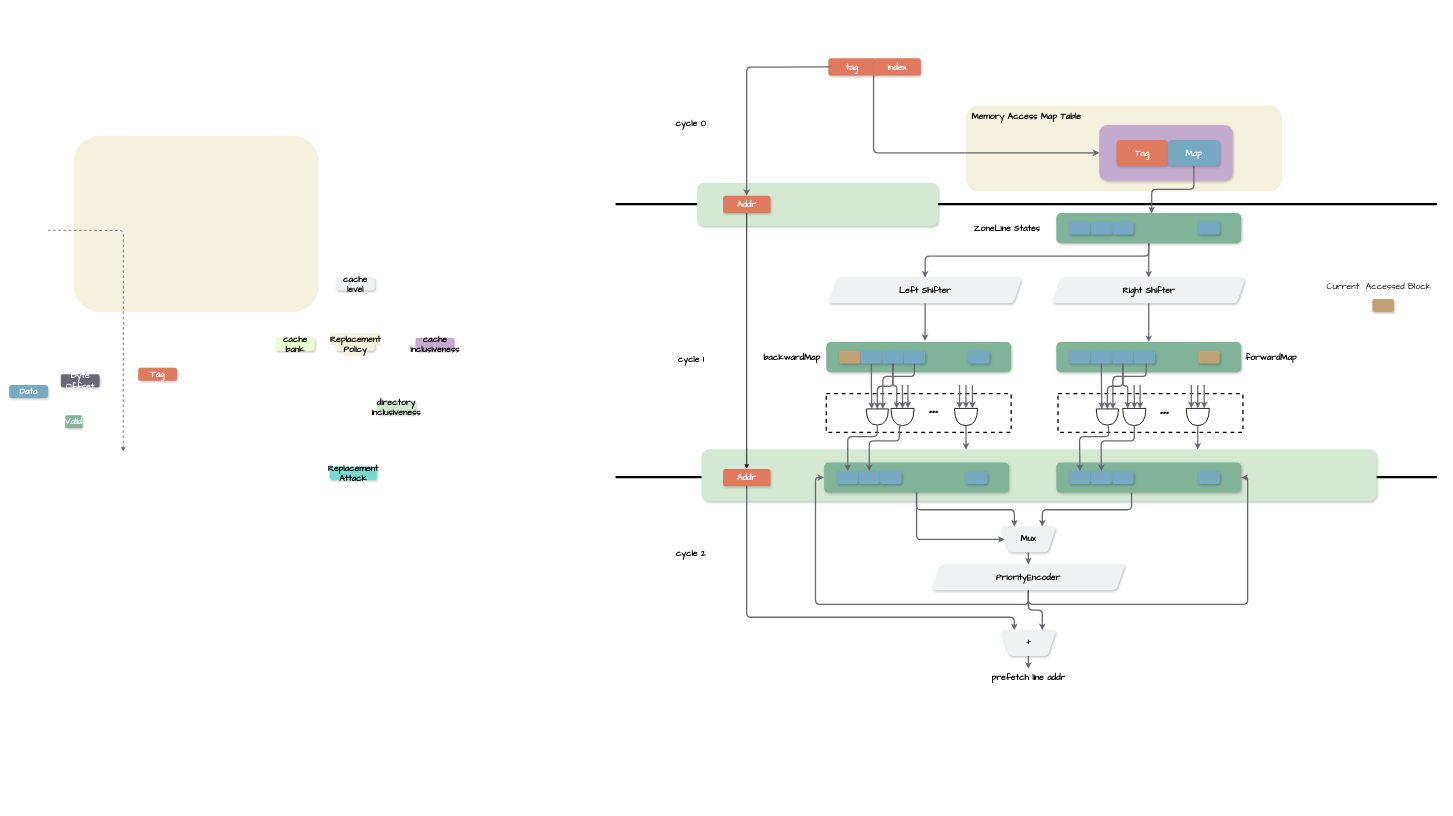
miaochenlu/Draw keeps this draw.io diagram as ampm.drawio. Above is the earlier version. Source tidied: cells renumbered, new cells numbered last; positions are measured from the earlier drawing's top-left corner, leaving out a move shared by most shapes. Both pictures are drawn from the tidied source at 43%, with x=0, y=0 at pixel (9, 58).
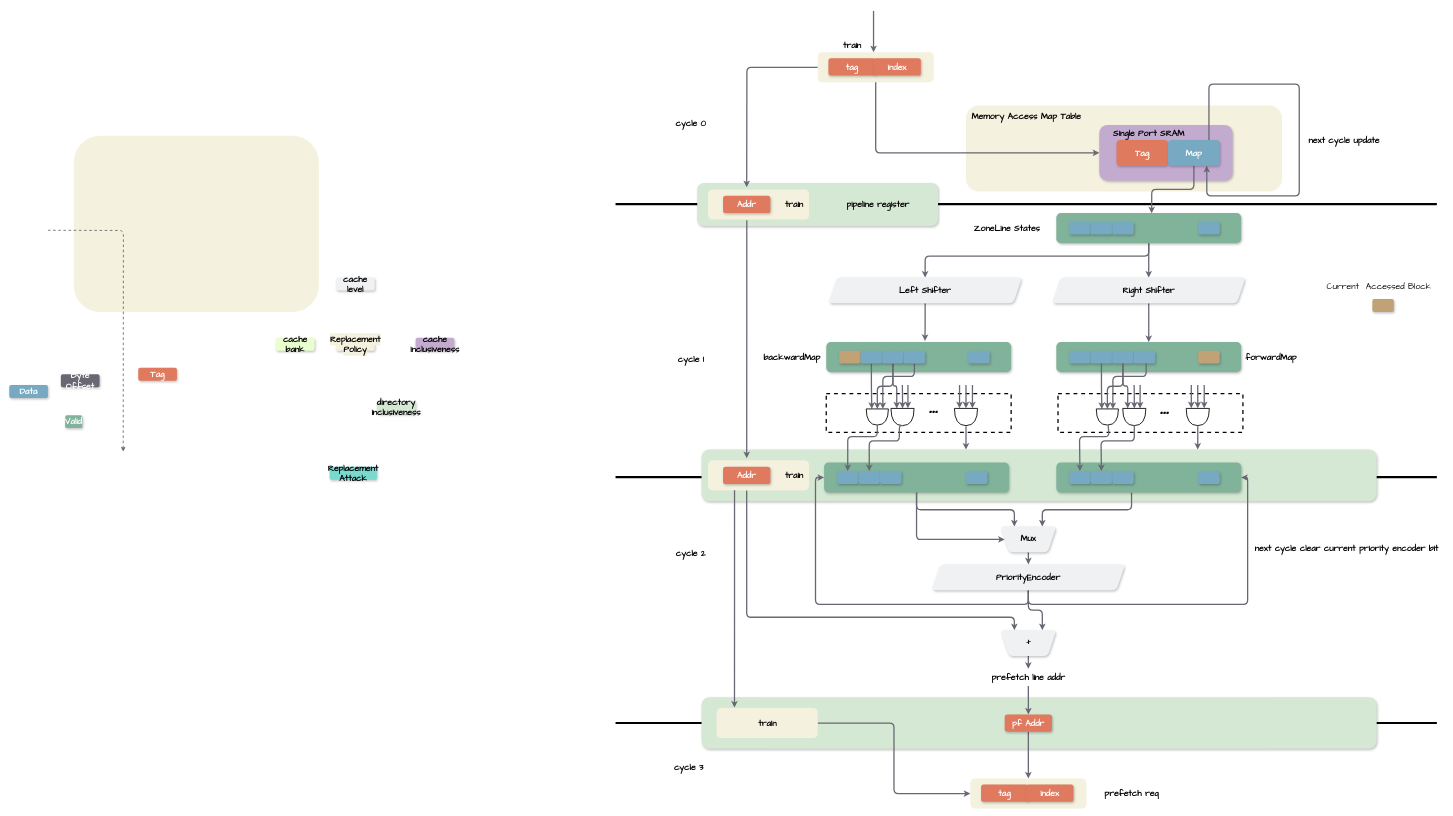
Above is the later version.

Unchanged cells that the change refers to:
```xml
<mxCell id="11" value="index" style="rounded=1;whiteSpace=wrap;html=1;fontFamily=Comic Sans MS;strokeWidth=2;fillColor=#e07a5f;strokeColor=none;fontColor=#FFFFFF;shadow=1;glass=0;comic=0;gradientColor=none;fontStyle=1;fontSize=20;" parent="1" vertex="1">
  <mxGeometry x="2010" width="110" height="40" as="geometry" />
</mxCell>
<mxCell id="12" style="rounded=1;whiteSpace=wrap;html=1;fontFamily=Comic Sans MS;strokeWidth=2;fontSize=20;fillColor=#C3ABD0;strokeColor=none;fontColor=default;shadow=1;glass=0;comic=0;gradientColor=none;fontStyle=1;" parent="1" vertex="1">
  <mxGeometry x="2535" y="155" width="310" height="130" as="geometry" />
</mxCell>
<mxCell id="18" value="Map" style="whiteSpace=wrap;html=1;fontFamily=Comic Sans MS;strokeWidth=2;fillColor=#77aac2;strokeColor=none;fontColor=#FFFFFF;rounded=1;shadow=1;glass=0;comic=0;gradientColor=none;fontStyle=1;fontSize=20;" parent="1" vertex="1">
  <mxGeometry x="2695" y="190" width="120" height="60" as="geometry" />
</mxCell>
<mxCell id="48" value="&lt;font color=&quot;#000000&quot; style=&quot;font-size: 20px;&quot;&gt;+&lt;/font&gt;" style="shape=trapezoid;perimeter=trapezoidPerimeter;whiteSpace=wrap;html=1;fixedSize=1;rotation=-180;fontSize=20;strokeWidth=2;fontFamily=Comic Sans MS;fillColor=#eff1f3;strokeColor=none;fontColor=#FFFFFF;rounded=1;shadow=1;glass=0;comic=0;gradientColor=none;fontStyle=1;" parent="1" vertex="1">
  <mxGeometry x="2305" y="1330" width="130" height="60" as="geometry" />
</mxCell>
<mxCell id="76" value="Addr" style="rounded=1;whiteSpace=wrap;html=1;fontFamily=Comic Sans MS;strokeWidth=2;fillColor=#e07a5f;strokeColor=none;fontColor=#FFFFFF;shadow=1;glass=0;comic=0;gradientColor=none;fontStyle=1;fontSize=20;" parent="1" vertex="1">
  <mxGeometry x="1660" y="320" width="110" height="40" as="geometry" />
</mxCell>
<mxCell id="77" value="prefetch line addr" style="text;html=1;align=center;verticalAlign=middle;points=[];strokeColor=none;fillColor=none;fontSize=20;fontFamily=Comic Sans MS;fontStyle=1;" parent="1" vertex="1">
  <mxGeometry x="2270" y="1420" width="200" height="40" as="geometry" />
</mxCell>
```

What changed in the source:
```diff
@@
+    <mxCell id="120" style="endArrow=none;html=1;rounded=0;strokeWidth=5;fontSize=20;fontFamily=Comic Sans MS;fontStyle=1;" parent="1" edge="1">
+      <mxGeometry relative="1" as="geometry">
+        <mxPoint x="1410" y="1546" as="sourcePoint" />
+        <mxPoint x="3320" y="1546" as="targetPoint" />
+      </mxGeometry>
+    </mxCell>
+    <mxCell id="121" style="rounded=1;whiteSpace=wrap;html=1;strokeWidth=2;fontSize=20;fillColor=#D5E8D4;strokeColor=none;fontFamily=Comic Sans MS;shadow=1;glass=0;comic=0;gradientColor=none;fontStyle=1;" parent="1" vertex="1">
+      <mxGeometry x="1610" y="1486" width="1570" height="120" as="geometry" />
+    </mxCell>
+    <mxCell id="122" style="edgeStyle=orthogonalEdgeStyle;rounded=1;jettySize=auto;html=1;entryX=0;entryY=0.5;entryDx=0;entryDy=0;fontSize=20;fontFamily=Comic Sans MS;strokeColor=#696773;strokeWidth=3;fontStyle=1;" parent="1" edge="1" source="123" target="133">
+      <mxGeometry relative="1" as="geometry" />
+    </mxCell>
+    <mxCell id="123" style="whiteSpace=wrap;html=1;fontFamily=Comic Sans MS;strokeWidth=2;fillColor=#f4f1de;strokeColor=none;fontColor=#FFFFFF;rounded=1;shadow=0;glass=0;comic=0;gradientColor=none;fontSize=20;fontStyle=1;" parent="1" vertex="1">
+      <mxGeometry x="1645" y="1511" width="235" height="70" as="geometry" />
+    </mxCell>
+    <mxCell id="4" style="endArrow=none;html=1;rounded=0;strokeWidth=5;fontSize=20;fontFamily=Comic Sans MS;fontStyle=1;" parent="1" edge="1">
+      <mxGeometry relative="1" as="geometry">
+        <mxPoint x="1410" y="339.2" as="sourcePoint" />
+        <mxPoint x="3320" y="339.2" as="targetPoint" />
+      </mxGeometry>
+    </mxCell>
+    <mxCell id="6" style="rounded=1;whiteSpace=wrap;html=1;strokeWidth=2;fontSize=20;fillColor=#D5E8D4;strokeColor=none;fontFamily=Comic Sans MS;shadow=1;glass=0;comic=0;gradientColor=none;fontStyle=1;" parent="1" vertex="1">
+      <mxGeometry x="1600" y="290" width="560" height="100" as="geometry" />
+    </mxCell>
+    <mxCell id="124" style="whiteSpace=wrap;html=1;fontFamily=Comic Sans MS;strokeWidth=2;fillColor=#f4f1de;strokeColor=none;fontColor=#FFFFFF;rounded=1;shadow=0;glass=0;comic=0;gradientColor=none;fontSize=20;fontStyle=1;" parent="1" vertex="1">
+      <mxGeometry x="1625" y="305" width="235" height="70" as="geometry" />
+    </mxCell>
+    <mxCell id="125" style="whiteSpace=wrap;html=1;fontFamily=Comic Sans MS;strokeWidth=2;fillColor=#f4f1de;strokeColor=none;fontColor=#FFFFFF;rounded=1;shadow=0;glass=0;comic=0;gradientColor=none;fontSize=20;fontStyle=1;" parent="1" vertex="1">
+      <mxGeometry x="1880" y="-14" width="270" height="70" as="geometry" />
+    </mxCell>
@@
-    <mxCell id="4" style="endArrow=none;html=1;rounded=0;strokeWidth=5;fontSize=20;fontFamily=Comic Sans MS;fontStyle=1;" parent="1" edge="1">
-      <mxGeometry relative="1" as="geometry">
-        <mxPoint x="1410" y="339.2" as="sourcePoint" />
-        <mxPoint x="3320" y="339.2" as="targetPoint" />
-      </mxGeometry>
-    </mxCell>
@@
-    <mxCell id="6" style="rounded=1;whiteSpace=wrap;html=1;strokeWidth=2;fontSize=20;fillColor=#D5E8D4;strokeColor=none;fontFamily=Comic Sans MS;shadow=1;glass=0;comic=0;gradientColor=none;fontStyle=1;" parent="1" vertex="1">
-      <mxGeometry x="1600" y="290" width="560" height="100" as="geometry" />
-    </mxCell>
@@
-    <mxCell id="9" style="edgeStyle=orthogonalEdgeStyle;rounded=1;jettySize=auto;html=1;exitX=0;exitY=1;exitDx=0;exitDy=0;entryX=0;entryY=0.5;entryDx=0;entryDy=0;fontFamily=Comic Sans MS;strokeWidth=3;fontSize=20;strokeColor=#696773;fontStyle=1;" parent="1" edge="1" source="11" target="12">
+    <mxCell id="9" style="edgeStyle=orthogonalEdgeStyle;rounded=1;jettySize=auto;html=1;exitX=0.5;exitY=1;exitDx=0;exitDy=0;entryX=0;entryY=0.5;entryDx=0;entryDy=0;fontFamily=Comic Sans MS;strokeWidth=3;fontSize=20;strokeColor=#696773;fontStyle=1;" parent="1" edge="1" source="125" target="12">
       <mxGeometry relative="1" as="geometry" />
     </mxCell>
-    <mxCell id="10" style="edgeStyle=orthogonalEdgeStyle;rounded=1;jettySize=auto;html=1;entryX=0.5;entryY=0;entryDx=0;entryDy=0;strokeWidth=3;fontSize=20;strokeColor=#696773;fontFamily=Comic Sans MS;fontStyle=1;" parent="1" edge="1" target="76">
+    <mxCell id="10" style="edgeStyle=orthogonalEdgeStyle;rounded=1;jettySize=auto;html=1;strokeWidth=3;fontSize=20;strokeColor=#696773;fontFamily=Comic Sans MS;fontStyle=1;exitX=0;exitY=0.5;exitDx=0;exitDy=0;" parent="1" edge="1" source="125">
       <mxGeometry relative="1" as="geometry">
-        <mxPoint x="1910" y="20" as="sourcePoint" />
+        <mxPoint x="1715" y="300" as="targetPoint" />
       </mxGeometry>
     </mxCell>
@@
+    <mxCell id="126" style="edgeStyle=orthogonalEdgeStyle;rounded=1;jettySize=auto;html=1;exitX=0.75;exitY=1;exitDx=0;exitDy=0;entryX=0.95;entryY=1.325;entryDx=0;entryDy=0;entryPerimeter=0;fontSize=20;fontFamily=Comic Sans MS;strokeColor=#696773;strokeWidth=3;fontStyle=1;startArrow=classic;startFill=1;" parent="1" edge="1" source="18" target="139">
+      <mxGeometry relative="1" as="geometry">
+        <Array as="points">
+          <mxPoint x="2785" y="320" />
+          <mxPoint x="3000" y="320" />
+          <mxPoint x="3000" y="60" />
+          <mxPoint x="2790" y="60" />
+        </Array>
+      </mxGeometry>
+    </mxCell>
@@
-    <mxCell id="67" style="edgeStyle=orthogonalEdgeStyle;rounded=1;jettySize=auto;html=1;entryX=0.75;entryY=1;entryDx=0;entryDy=0;strokeWidth=3;fontSize=20;strokeColor=#696773;fontFamily=Comic Sans MS;fontStyle=1;" parent="1" edge="1" source="68" target="48">
+    <mxCell id="67" style="edgeStyle=orthogonalEdgeStyle;rounded=1;jettySize=auto;html=1;entryX=0.75;entryY=1;entryDx=0;entryDy=0;strokeWidth=3;fontSize=20;strokeColor=#696773;fontFamily=Comic Sans MS;fontStyle=1;" parent="1" edge="1" target="48">
       <mxGeometry relative="1" as="geometry">
+        <mxPoint x="1715" y="995" as="sourcePoint" />
         <Array as="points">
           <mxPoint x="1715" y="1300" />
           <mxPoint x="2338" y="1300" />
         </Array>
       </mxGeometry>
     </mxCell>
-    <mxCell id="68" value="Addr" style="rounded=1;whiteSpace=wrap;html=1;fontFamily=Comic Sans MS;strokeWidth=2;fillColor=#e07a5f;strokeColor=none;fontColor=#FFFFFF;shadow=1;glass=0;comic=0;gradientColor=none;fontStyle=1;fontSize=20;" parent="1" vertex="1">
-      <mxGeometry x="1660" y="955" width="110" height="40" as="geometry" />
-    </mxCell>
@@
-    <mxCell id="75" style="edgeStyle=orthogonalEdgeStyle;rounded=0;jettySize=auto;html=1;strokeWidth=2;fontSize=20;fontFamily=Comic Sans MS;fontStyle=1;" parent="1" edge="1" source="76" target="68">
-      <mxGeometry relative="1" as="geometry" />
+    <mxCell id="75" style="edgeStyle=orthogonalEdgeStyle;rounded=1;jettySize=auto;html=1;strokeWidth=3;fontSize=20;fontFamily=Comic Sans MS;fontStyle=1;exitX=0.384;exitY=1.026;exitDx=0;exitDy=0;exitPerimeter=0;strokeColor=#696773;" parent="1" edge="1" source="124">
+      <mxGeometry relative="1" as="geometry">
+        <mxPoint x="1715" y="930" as="targetPoint" />
+      </mxGeometry>
     </mxCell>
@@
+    <mxCell id="127" value="train" style="text;html=1;align=center;verticalAlign=middle;strokeColor=none;fillColor=none;fontSize=20;fontFamily=Comic Sans MS;fontStyle=1;" parent="1" vertex="1">
+      <mxGeometry x="1925" y="-50" width="70" height="40" as="geometry" />
+    </mxCell>
+    <mxCell id="128" value="train" style="text;html=1;align=center;verticalAlign=middle;strokeColor=none;fillColor=none;fontSize=20;fontFamily=Comic Sans MS;fontStyle=1;" parent="1" vertex="1">
+      <mxGeometry x="1790" y="320" width="70" height="40" as="geometry" />
+    </mxCell>
+    <mxCell id="129" style="whiteSpace=wrap;html=1;fontFamily=Comic Sans MS;strokeWidth=2;fillColor=#f4f1de;strokeColor=none;fontColor=#FFFFFF;rounded=1;shadow=0;glass=0;comic=0;gradientColor=none;fontSize=20;fontStyle=1;" parent="1" vertex="1">
+      <mxGeometry x="1625" y="935" width="235" height="70" as="geometry" />
+    </mxCell>
+    <mxCell id="130" style="edgeStyle=orthogonalEdgeStyle;rounded=1;jettySize=auto;html=1;exitX=0.243;exitY=1.361;exitDx=0;exitDy=0;exitPerimeter=0;fontSize=20;fontFamily=Comic Sans MS;strokeColor=#696773;strokeWidth=3;fontStyle=1;entryX=0.177;entryY=-0.014;entryDx=0;entryDy=0;entryPerimeter=0;" parent="1" edge="1" source="68" target="123">
+      <mxGeometry relative="1" as="geometry" />
+    </mxCell>
+    <mxCell id="68" value="Addr" style="rounded=1;whiteSpace=wrap;html=1;fontFamily=Comic Sans MS;strokeWidth=2;fillColor=#e07a5f;strokeColor=none;fontColor=#FFFFFF;shadow=1;glass=0;comic=0;gradientColor=none;fontStyle=1;fontSize=20;" parent="1" vertex="1">
+      <mxGeometry x="1660" y="950" width="110" height="40" as="geometry" />
+    </mxCell>
+    <mxCell id="131" value="train" style="text;html=1;align=center;verticalAlign=middle;strokeColor=none;fillColor=none;fontSize=20;fontFamily=Comic Sans MS;fontStyle=1;" parent="1" vertex="1">
+      <mxGeometry x="1790" y="950" width="70" height="40" as="geometry" />
+    </mxCell>
+    <mxCell id="132" style="edgeStyle=orthogonalEdgeStyle;rounded=1;orthogonalLoop=1;jettySize=auto;html=1;strokeWidth=3;fontSize=20;fontFamily=Comic Sans MS;fontStyle=1;strokeColor=#696773;" parent="1" edge="1">
+      <mxGeometry relative="1" as="geometry">
+        <mxPoint x="2010" y="-110" as="sourcePoint" />
+        <mxPoint x="2010" y="-14" as="targetPoint" />
+      </mxGeometry>
+    </mxCell>
+    <mxCell id="133" style="whiteSpace=wrap;html=1;fontFamily=Comic Sans MS;strokeWidth=2;fillColor=#f4f1de;strokeColor=none;fontColor=#FFFFFF;rounded=1;shadow=0;glass=0;comic=0;gradientColor=none;fontSize=20;fontStyle=1;" parent="1" vertex="1">
+      <mxGeometry x="2235" y="1675" width="270" height="70" as="geometry" />
+    </mxCell>
+    <mxCell id="134" value="tag" style="rounded=1;whiteSpace=wrap;html=1;fontFamily=Comic Sans MS;strokeWidth=2;fillColor=#e07a5f;strokeColor=none;fontColor=#FFFFFF;shadow=1;glass=0;comic=0;gradientColor=none;fontStyle=1;fontSize=20;" parent="1" vertex="1">
+      <mxGeometry x="2260" y="1689" width="110" height="40" as="geometry" />
+    </mxCell>
+    <mxCell id="135" value="index" style="rounded=1;whiteSpace=wrap;html=1;fontFamily=Comic Sans MS;strokeWidth=2;fillColor=#e07a5f;strokeColor=none;fontColor=#FFFFFF;shadow=1;glass=0;comic=0;gradientColor=none;fontStyle=1;fontSize=20;" parent="1" vertex="1">
+      <mxGeometry x="2365" y="1689" width="110" height="40" as="geometry" />
+    </mxCell>
+    <mxCell id="136" style="edgeStyle=orthogonalEdgeStyle;rounded=1;jettySize=auto;html=1;strokeWidth=3;fontSize=20;fontFamily=Comic Sans MS;fontStyle=1;strokeColor=#696773;entryX=0.5;entryY=0;entryDx=0;entryDy=0;" parent="1" edge="1" source="77" target="145">
+      <mxGeometry relative="1" as="geometry" />
+    </mxCell>
+    <mxCell id="137" value="prefetch req" style="text;html=1;align=center;verticalAlign=middle;strokeColor=none;fillColor=none;fontSize=20;fontFamily=Comic Sans MS;fontStyle=1;" parent="1" vertex="1">
+      <mxGeometry x="2535" y="1690" width="150" height="40" as="geometry" />
+    </mxCell>
+    <mxCell id="138" value="cycle 3" style="text;html=1;align=center;verticalAlign=middle;strokeColor=none;fillColor=none;fontSize=20;fontFamily=Comic Sans MS;fontStyle=1;" parent="1" vertex="1">
+      <mxGeometry x="1535" y="1628" width="90" height="40" as="geometry" />
+    </mxCell>
+    <mxCell id="139" value="&lt;span style=&quot;font-size: 20px;&quot;&gt;Single Port SRAM&lt;/span&gt;" style="text;html=1;align=center;verticalAlign=middle;points=[];strokeColor=none;fillColor=none;fontFamily=Comic Sans MS;strokeWidth=2;fontSize=20;fontStyle=1;" parent="1" vertex="1">
+      <mxGeometry x="2550" y="155" width="200" height="40" as="geometry" />
+    </mxCell>
+    <mxCell id="140" value="next cycle update" style="text;html=1;align=center;verticalAlign=middle;strokeColor=none;fillColor=none;fontSize=20;fontFamily=Comic Sans MS;fontStyle=1;" parent="1" vertex="1">
+      <mxGeometry x="3004" y="170" width="200" height="40" as="geometry" />
+    </mxCell>
+    <mxCell id="141" value="next cycle clear current priority encoder bit" style="text;html=1;align=center;verticalAlign=middle;strokeColor=none;fillColor=none;fontSize=20;fontFamily=Comic Sans MS;fontStyle=1;" parent="1" vertex="1">
+      <mxGeometry x="2880" y="1120" width="460" height="40" as="geometry" />
+    </mxCell>
+    <mxCell id="142" value="pipeline register" style="text;html=1;align=center;verticalAlign=middle;strokeColor=none;fillColor=none;fontSize=20;fontFamily=Comic Sans MS;fontStyle=1;" parent="1" vertex="1">
+      <mxGeometry x="1930" y="320" width="180" height="40" as="geometry" />
+    </mxCell>
+    <mxCell id="143" value="train" style="text;html=1;align=center;verticalAlign=middle;strokeColor=none;fillColor=none;fontSize=20;fontFamily=Comic Sans MS;fontStyle=1;" parent="1" vertex="1">
+      <mxGeometry x="1727.5" y="1526" width="70" height="40" as="geometry" />
+    </mxCell>
+    <mxCell id="144" style="edgeStyle=orthogonalEdgeStyle;rounded=1;jettySize=auto;html=1;fontSize=20;fontFamily=Comic Sans MS;strokeColor=#696773;strokeWidth=3;fontStyle=1;" parent="1" edge="1" source="145" target="133">
+      <mxGeometry relative="1" as="geometry" />
+    </mxCell>
+    <mxCell id="145" value="pf Addr" style="rounded=1;whiteSpace=wrap;html=1;fontFamily=Comic Sans MS;strokeWidth=2;fillColor=#e07a5f;strokeColor=none;fontColor=#FFFFFF;shadow=1;glass=0;comic=0;gradientColor=none;fontStyle=1;fontSize=20;" parent="1" vertex="1">
+      <mxGeometry x="2315" y="1526" width="110" height="40" as="geometry" />
+    </mxCell>
```
